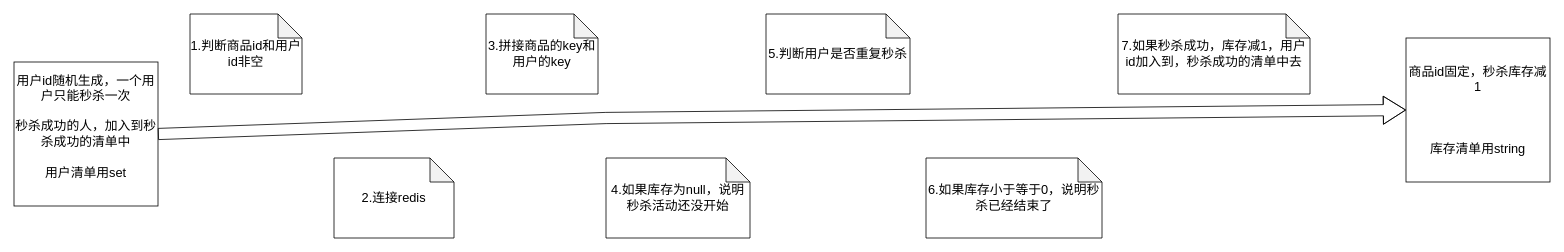
lzyooyle/TikTok keeps this draw.io diagram as Arithmetic/王泽老师-redis-.drawio. Above is the earlier version. Source tidied: cells renumbered, new cells numbered last; positions are measured from the earlier drawing's top-left corner, leaving out a move shared by most shapes. Both pictures are drawn from the tidied source at 80%, with x=0, y=0 at pixel (14, 14).
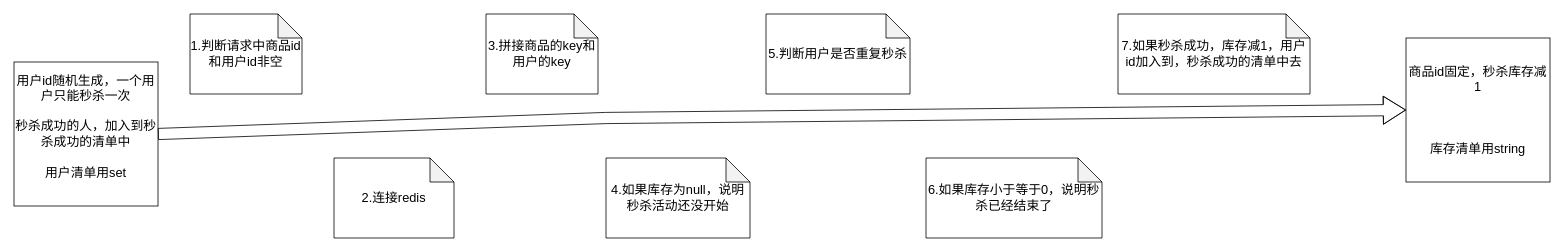
After the change.

Diff of the diagram source:
```diff
@@
 <mxGraphModel>
   <root>
     <mxCell id="0" />
     <mxCell id="1" parent="0" />
     <mxCell id="2" value="&lt;font style=&quot;font-size: 16px&quot;&gt;用户id随机生成，一个用户只能秒杀一次&lt;br&gt;&lt;br&gt;秒杀成功的人，加入到秒杀成功的清单中&lt;br&gt;&lt;br&gt;用户清单用set&lt;br&gt;&lt;br&gt;&lt;/font&gt;" style="whiteSpace=wrap;html=1;" parent="1" vertex="1">
       <mxGeometry y="60" width="180" height="180" as="geometry" />
     </mxCell>
     <mxCell id="3" value="商品id固定，秒杀库存减1&lt;br&gt;&lt;br&gt;&lt;br&gt;&lt;br&gt;库存清单用string" style="whiteSpace=wrap;html=1;fontSize=16;" parent="1" vertex="1">
       <mxGeometry x="1740" y="30" width="180" height="180" as="geometry" />
     </mxCell>
     <mxCell id="4" style="shape=flexArrow;endArrow=classic;html=1;rounded=0;fontSize=16;entryX=0;entryY=0.5;entryDx=0;entryDy=0;exitX=1;exitY=0.5;exitDx=0;exitDy=0;width=14;endSize=8.95;" parent="1" edge="1" source="2" target="3">
       <mxGeometry relative="1" as="geometry">
         <Array as="points">
           <mxPoint x="740" y="130" />
         </Array>
       </mxGeometry>
     </mxCell>
     <mxCell id="5" value="2.连接redis" style="shape=note;whiteSpace=wrap;html=1;backgroundOutline=1;darkOpacity=0.05;fontSize=16;" parent="1" vertex="1">
       <mxGeometry x="400" y="180" width="150" height="100" as="geometry" />
     </mxCell>
-    <mxCell id="6" value="1.判断商品id和用户id非空" style="shape=note;whiteSpace=wrap;html=1;backgroundOutline=1;darkOpacity=0.05;fontSize=16;" parent="1" vertex="1">
+    <mxCell id="6" value="1.判断请求中商品id和用户id非空" style="shape=note;whiteSpace=wrap;html=1;backgroundOutline=1;darkOpacity=0.05;fontSize=16;" parent="1" vertex="1">
       <mxGeometry x="220" width="140" height="100" as="geometry" />
     </mxCell>
     <mxCell id="7" value="3.拼接商品的key和用户的key" style="shape=note;whiteSpace=wrap;html=1;backgroundOutline=1;darkOpacity=0.05;fontSize=16;" parent="1" vertex="1">
       <mxGeometry x="590" width="140" height="100" as="geometry" />
     </mxCell>
     <mxCell id="8" value="4.如果库存为null，说明秒杀活动还没开始" style="shape=note;whiteSpace=wrap;html=1;backgroundOutline=1;darkOpacity=0.05;fontSize=16;" parent="1" vertex="1">
       <mxGeometry x="740" y="180" width="180" height="100" as="geometry" />
     </mxCell>
     <mxCell id="9" value="5.判断用户是否重复秒杀" style="shape=note;whiteSpace=wrap;html=1;backgroundOutline=1;darkOpacity=0.05;fontSize=16;" parent="1" vertex="1">
       <mxGeometry x="940" width="180" height="100" as="geometry" />
     </mxCell>
     <mxCell id="10" value="6.如果库存小于等于0，说明秒杀已经结束了" style="shape=note;whiteSpace=wrap;html=1;backgroundOutline=1;darkOpacity=0.05;fontSize=16;" parent="1" vertex="1">
       <mxGeometry x="1140" y="180" width="220" height="100" as="geometry" />
     </mxCell>
     <mxCell id="11" value="7.如果秒杀成功，库存减1，用户id加入到，秒杀成功的清单中去" style="shape=note;whiteSpace=wrap;html=1;backgroundOutline=1;darkOpacity=0.05;fontSize=16;" parent="1" vertex="1">
       <mxGeometry x="1380" width="240" height="100" as="geometry" />
     </mxCell>
   </root>
 </mxGraphModel>
```
